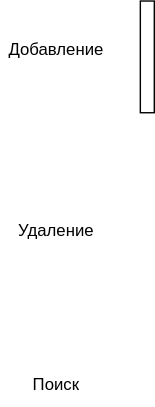
Above: База/Структуры данных/2. Быстро находить данные и проверять условия/2.3. Проверять принадлежность и уникальность/Множество (Set)/TreeSetAvl.sequence.drawio.svg in kosukhin/catalog (draw.io), before the change. Source tidied: cells renumbered, new cells last; positions are measured from the earlier drawing's top-left corner, leaving out a move shared by most shapes. Its diagram source:
```xml
<mxGraphModel>
  <root>
    <mxCell id="0" />
    <mxCell id="1" parent="0" />
    <mxCell id="2" style="html=1;points=[[0,0,0,0,5],[0,1,0,0,-5],[1,0,0,0,5],[1,1,0,0,-5]];perimeter=orthogonalPerimeter;outlineConnect=0;targetShapes=umlLifeline;portConstraint=eastwest;newEdgeStyle={&quot;edgeStyle&quot;:&quot;sequenceEdgeStyle&quot;,&quot;libavoidRouting&quot;:0,&quot;curved&quot;:0,&quot;rounded&quot;:0};" parent="1" vertex="1">
      <mxGeometry x="100" width="10" height="80" as="geometry" />
    </mxCell>
    <mxCell id="3" value="Добавление" style="text;html=1;whiteSpace=wrap;strokeColor=none;fillColor=none;align=center;verticalAlign=middle;rounded=0;" parent="1" vertex="1">
      <mxGeometry y="20" width="80" height="30" as="geometry" />
    </mxCell>
    <mxCell id="4" value="Удаление" style="text;html=1;whiteSpace=wrap;strokeColor=none;fillColor=none;align=center;verticalAlign=middle;rounded=0;" parent="1" vertex="1">
      <mxGeometry x="10" y="150" width="60" height="30" as="geometry" />
    </mxCell>
    <mxCell id="5" value="Поиск" style="text;html=1;whiteSpace=wrap;strokeColor=none;fillColor=none;align=center;verticalAlign=middle;rounded=0;" parent="1" vertex="1">
      <mxGeometry x="10" y="260" width="60" height="30" as="geometry" />
    </mxCell>
  </root>
</mxGraphModel>
```
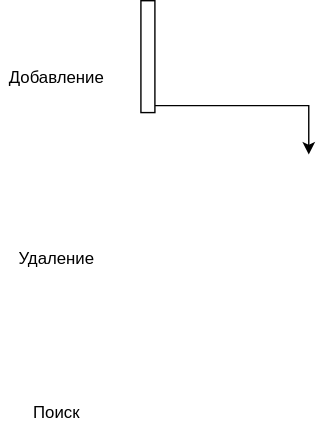
After the commit.

Change to the diagram source:
```diff
@@ -2,8 +2,16 @@
   <root>
     <mxCell id="0" />
     <mxCell id="1" parent="0" />
+    <mxCell id="6" style="edgeStyle=sequenceEdgeStyle;html=1;libavoidRouting=0;curved=0;rounded=0;exitX=1;exitY=1;exitDx=0;exitDy=-5;exitPerimeter=0;" parent="1" edge="1" source="2">
+      <mxGeometry relative="1" as="geometry">
+        <mxPoint x="220" y="90" as="targetPoint" />
+        <Array as="points">
+          <mxPoint x="220" y="55" />
+        </Array>
+      </mxGeometry>
+    </mxCell>
     <mxCell id="2" style="html=1;points=[[0,0,0,0,5],[0,1,0,0,-5],[1,0,0,0,5],[1,1,0,0,-5]];perimeter=orthogonalPerimeter;outlineConnect=0;targetShapes=umlLifeline;portConstraint=eastwest;newEdgeStyle={&quot;edgeStyle&quot;:&quot;sequenceEdgeStyle&quot;,&quot;libavoidRouting&quot;:0,&quot;curved&quot;:0,&quot;rounded&quot;:0};" parent="1" vertex="1">
-      <mxGeometry x="100" width="10" height="80" as="geometry" />
+      <mxGeometry x="100" y="-20" width="10" height="80" as="geometry" />
     </mxCell>
     <mxCell id="3" value="Добавление" style="text;html=1;whiteSpace=wrap;strokeColor=none;fillColor=none;align=center;verticalAlign=middle;rounded=0;" parent="1" vertex="1">
       <mxGeometry y="20" width="80" height="30" as="geometry" />
```
